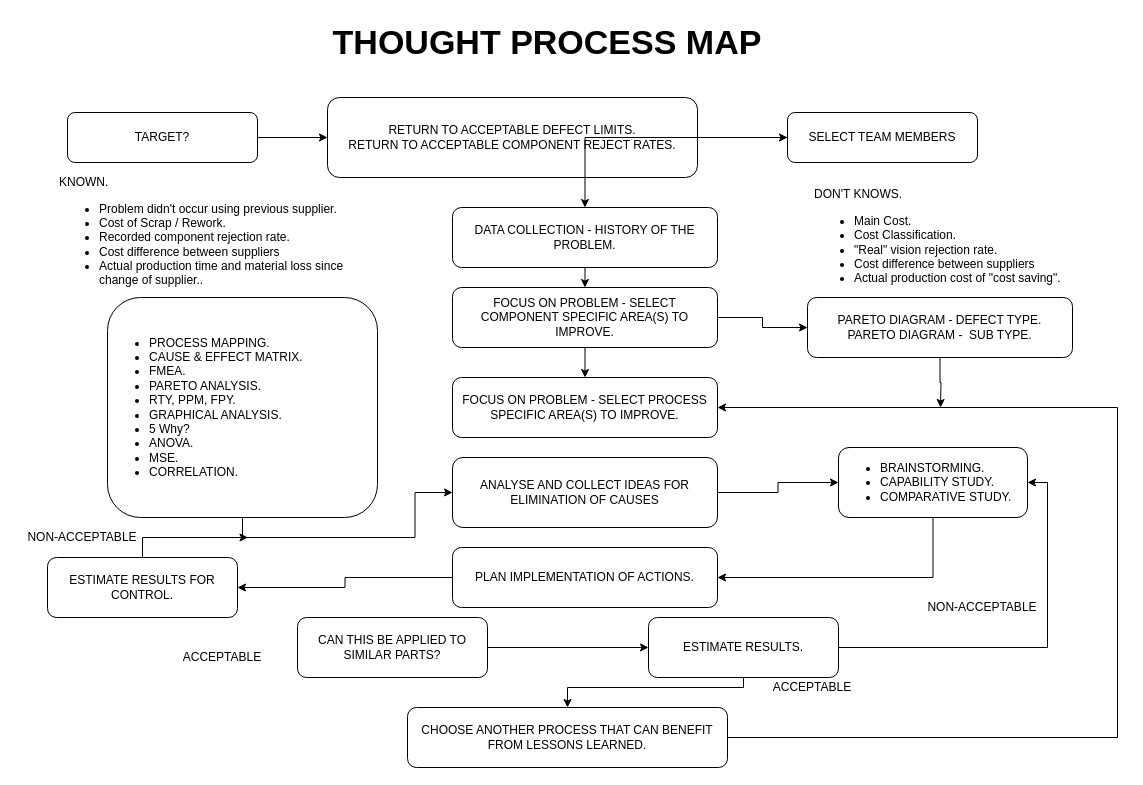
This is TPM.drawio from BertieHarte/Mbed_Tralee_Mechatronics, a draw.io file, before an edit. Source tidied: cells renumbered, new cells numbered last; positions are measured from the earlier drawing's top-left corner, leaving out a move shared by most shapes. Both pictures are drawn from the tidied source at 100%, with x=0, y=0 at pixel (17, 17).
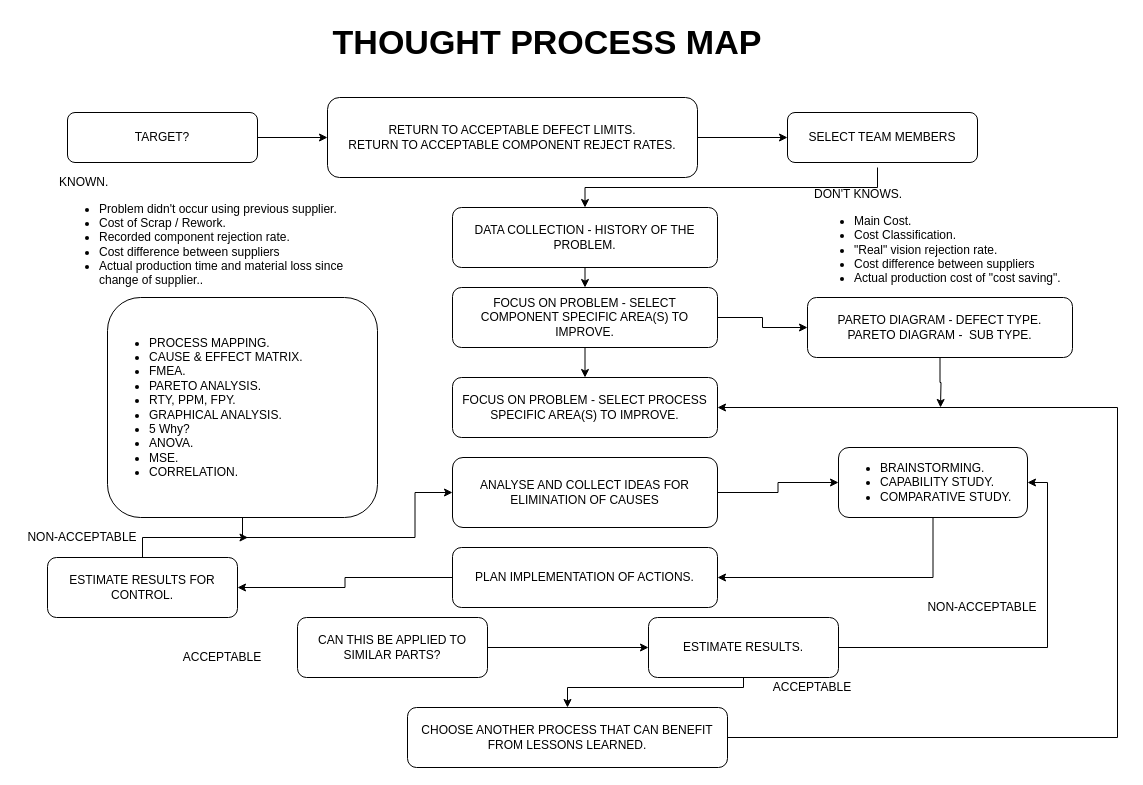
After the change.

Unchanged cells that the change refers to:
```xml
<mxCell id="9" value="SELECT TEAM MEMBERS" style="rounded=1;whiteSpace=wrap;html=1;" parent="1" vertex="1">
  <mxGeometry x="770" y="95" width="190" height="50" as="geometry" />
</mxCell>
<mxCell id="11" value="DATA COLLECTION - HISTORY OF THE PROBLEM." style="rounded=1;whiteSpace=wrap;html=1;" parent="1" vertex="1">
  <mxGeometry x="435" y="190" width="265" height="60" as="geometry" />
</mxCell>
<mxCell id="40" value="DON'T KNOWS.&lt;br&gt;&lt;ul&gt;&lt;li&gt;Main Cost.&lt;/li&gt;&lt;li&gt;Cost Classification.&lt;/li&gt;&lt;li&gt;&quot;Real&quot; vision rejection rate.&lt;/li&gt;&lt;li&gt;Cost difference between suppliers&lt;/li&gt;&lt;li&gt;Actual production cost of &quot;cost saving&quot;.&lt;/li&gt;&lt;/ul&gt;" style="text;html=1;strokeColor=none;fillColor=none;align=left;verticalAlign=middle;whiteSpace=wrap;rounded=0;" parent="1" vertex="1">
  <mxGeometry x="795" y="150" width="260" height="150" as="geometry" />
</mxCell>
```

What changed in the source:
```diff
@@
-    <mxCell id="8" style="edgeStyle=orthogonalEdgeStyle;rounded=0;jettySize=auto;html=1;" parent="1" edge="1" source="9" target="11">
-      <mxGeometry relative="1" as="geometry" />
-    </mxCell>
@@
+    <mxCell id="42" style="edgeStyle=orthogonalEdgeStyle;rounded=0;jettySize=auto;html=1;exitX=0.25;exitY=0;exitDx=0;exitDy=0;entryX=0.5;entryY=0;entryDx=0;entryDy=0;" parent="1" edge="1" source="40" target="11">
+      <mxGeometry relative="1" as="geometry">
+        <Array as="points">
+          <mxPoint x="860" y="170" />
+          <mxPoint x="568" y="170" />
+        </Array>
+      </mxGeometry>
+    </mxCell>
```
